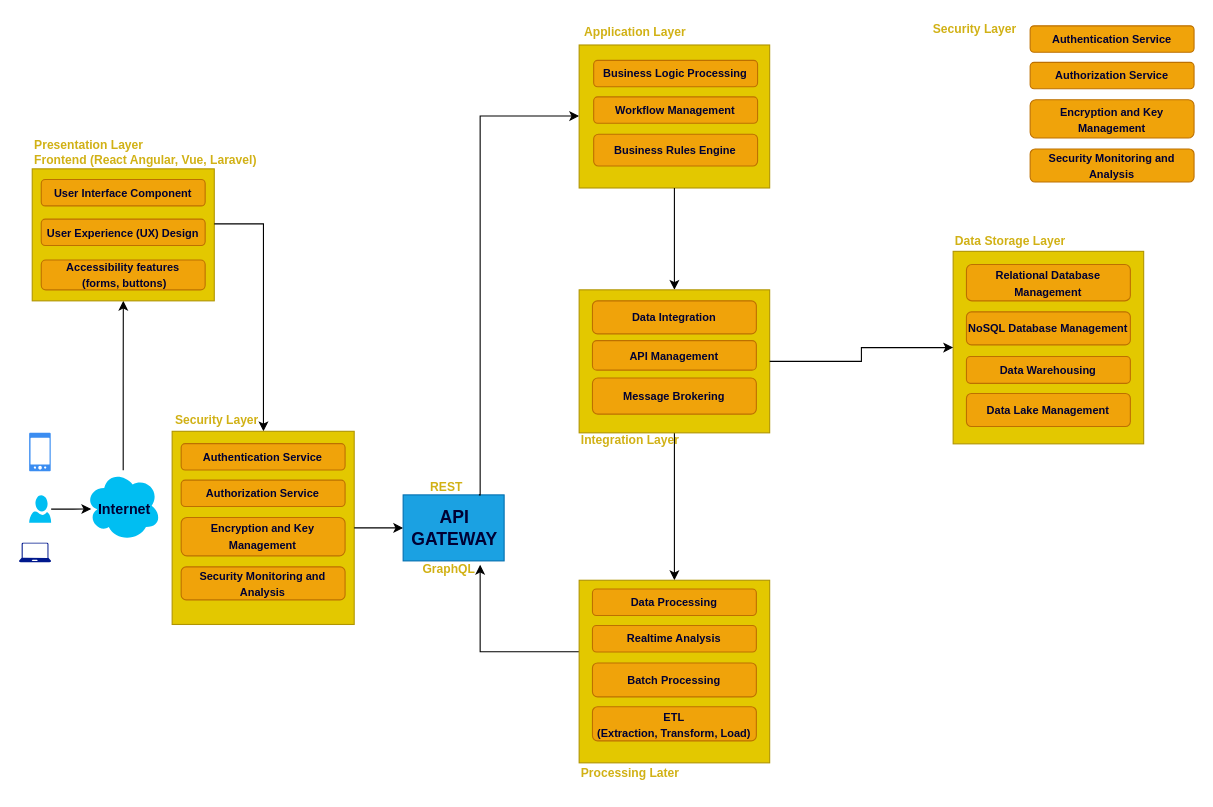
Above: IMS.drawio in dabiko/draw-io (draw.io), before the change. Source tidied: cells renumbered, new cells numbered last; positions are measured from the earlier drawing's top-left corner, leaving out a move shared by most shapes. Both pictures are drawn from the tidied source at 110%, with x=0, y=0 at pixel (19, 19).
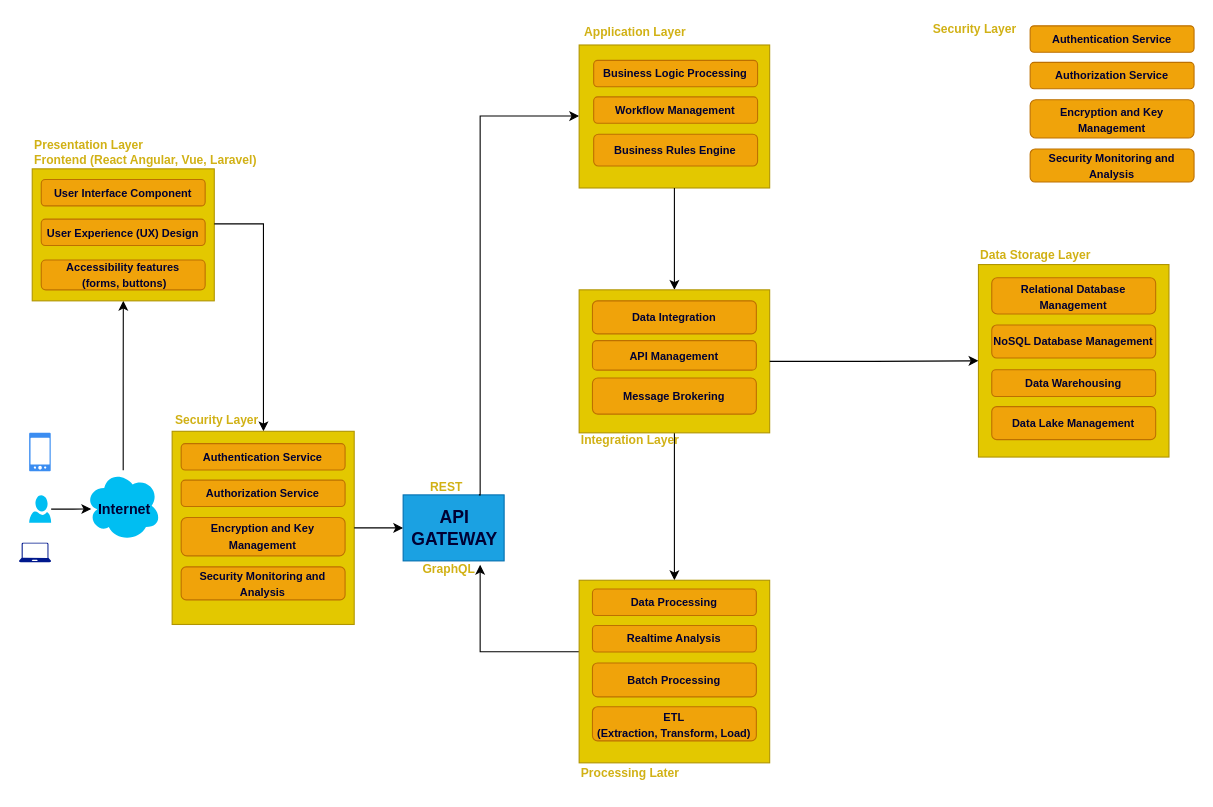
Above is the later version.

Unchanged cells that the change refers to:
```xml
<mxCell id="46" style="whiteSpace=wrap;html=1;fillColor=#e3c800;fontColor=#000000;strokeColor=#B09500;" parent="45" vertex="1">
  <mxGeometry width="173.2" height="130" as="geometry" />
</mxCell>
```

Change to the diagram source:
```diff
@@
-    <mxCell id="27" value="&lt;span style=&quot;color: rgb(209, 177, 21); font-weight: 700; text-wrap: nowrap; font-size: 11px;&quot;&gt;&lt;font style=&quot;font-size: 11px;&quot;&gt;Data Storage Layer&lt;/font&gt;&lt;/span&gt;&lt;div style=&quot;color: rgb(209, 177, 21); font-weight: 700; text-wrap: nowrap; font-size: 11px;&quot;&gt;&lt;br&gt;&lt;/div&gt;" style="text;html=1;align=left;verticalAlign=middle;whiteSpace=wrap;rounded=0;" parent="1" vertex="1">
-      <mxGeometry x="849" y="193" width="120" height="30" as="geometry" />
-    </mxCell>
@@
+    <mxCell id="59" style="edgeStyle=orthogonalEdgeStyle;rounded=0;jettySize=auto;html=1;" parent="1" edge="1" source="46" target="58">
+      <mxGeometry relative="1" as="geometry" />
+    </mxCell>
+    <mxCell id="64" value="&lt;span style=&quot;color: rgb(209, 177, 21); font-weight: 700; text-wrap: nowrap; font-size: 11px;&quot;&gt;&lt;font style=&quot;font-size: 11px;&quot;&gt;Security Layer&lt;/font&gt;&lt;/span&gt;&lt;div style=&quot;color: rgb(209, 177, 21); font-weight: 700; text-wrap: nowrap; font-size: 11px;&quot;&gt;&lt;br&gt;&lt;/div&gt;" style="text;html=1;align=left;verticalAlign=middle;whiteSpace=wrap;rounded=0;" parent="1" vertex="1">
+      <mxGeometry x="829" width="90" height="30" as="geometry" />
+    </mxCell>
+    <mxCell id="65" style="group;" parent="1" vertex="1">
+      <mxGeometry x="872" y="205" width="173.2" height="193" as="geometry" />
+    </mxCell>
+    <mxCell id="27" value="&lt;span style=&quot;color: rgb(209, 177, 21); font-weight: 700; text-wrap: nowrap; font-size: 11px;&quot;&gt;&lt;font style=&quot;font-size: 11px;&quot;&gt;Data Storage Layer&lt;/font&gt;&lt;/span&gt;&lt;div style=&quot;color: rgb(209, 177, 21); font-weight: 700; text-wrap: nowrap; font-size: 11px;&quot;&gt;&lt;br&gt;&lt;/div&gt;" style="text;html=1;align=left;verticalAlign=middle;whiteSpace=wrap;rounded=0;" parent="65" vertex="1">
+      <mxGeometry width="120" height="30" as="geometry" />
+    </mxCell>
-    <mxCell id="58" style="whiteSpace=wrap;html=1;fillColor=#e3c800;fontColor=#000000;strokeColor=#B09500;" parent="1" vertex="1">
-      <mxGeometry x="849" y="211" width="173.2" height="175" as="geometry" />
+    <mxCell id="58" style="whiteSpace=wrap;html=1;fillColor=#e3c800;fontColor=#000000;strokeColor=#B09500;" parent="65" vertex="1">
+      <mxGeometry y="18" width="173.2" height="175" as="geometry" />
     </mxCell>
-    <mxCell id="59" style="edgeStyle=orthogonalEdgeStyle;rounded=0;jettySize=auto;html=1;" parent="1" edge="1" source="46" target="58">
-      <mxGeometry relative="1" as="geometry" />
-    </mxCell>
-    <mxCell id="60" value="&lt;font size=&quot;1&quot; color=&quot;#000033&quot;&gt;&lt;b style=&quot;&quot;&gt;Relational Database Management&lt;/b&gt;&lt;/font&gt;" style="rounded=1;whiteSpace=wrap;html=1;fillColor=#f0a30a;fontColor=#000000;strokeColor=#BD7000;" parent="1" vertex="1">
-      <mxGeometry x="861.1" y="223" width="149" height="33" as="geometry" />
+    <mxCell id="60" value="&lt;font size=&quot;1&quot; color=&quot;#000033&quot;&gt;&lt;b style=&quot;&quot;&gt;Relational Database Management&lt;/b&gt;&lt;/font&gt;" style="rounded=1;whiteSpace=wrap;html=1;fillColor=#f0a30a;fontColor=#000000;strokeColor=#BD7000;" parent="65" vertex="1">
+      <mxGeometry x="12.1" y="30" width="149" height="33" as="geometry" />
     </mxCell>
-    <mxCell id="61" value="&lt;b style=&quot;color: rgb(0, 0, 51); font-size: x-small;&quot;&gt;NoSQL Database Management&lt;/b&gt;" style="rounded=1;whiteSpace=wrap;html=1;fillColor=#f0a30a;fontColor=#000000;strokeColor=#BD7000;" parent="1" vertex="1">
-      <mxGeometry x="861.1" y="266" width="149" height="30" as="geometry" />
+    <mxCell id="61" value="&lt;b style=&quot;color: rgb(0, 0, 51); font-size: x-small;&quot;&gt;NoSQL Database Management&lt;/b&gt;" style="rounded=1;whiteSpace=wrap;html=1;fillColor=#f0a30a;fontColor=#000000;strokeColor=#BD7000;" parent="65" vertex="1">
+      <mxGeometry x="12.1" y="73" width="149" height="30" as="geometry" />
     </mxCell>
-    <mxCell id="62" value="&lt;b style=&quot;color: rgb(0, 0, 51);&quot;&gt;&lt;font style=&quot;font-size: 10px;&quot;&gt;Data Warehousing&lt;/font&gt;&lt;/b&gt;" style="rounded=1;whiteSpace=wrap;html=1;fillColor=#f0a30a;fontColor=#000000;strokeColor=#BD7000;" parent="1" vertex="1">
-      <mxGeometry x="861.1" y="306.6" width="149" height="24.4" as="geometry" />
+    <mxCell id="62" value="&lt;b style=&quot;color: rgb(0, 0, 51);&quot;&gt;&lt;font style=&quot;font-size: 10px;&quot;&gt;Data Warehousing&lt;/font&gt;&lt;/b&gt;" style="rounded=1;whiteSpace=wrap;html=1;fillColor=#f0a30a;fontColor=#000000;strokeColor=#BD7000;" parent="65" vertex="1">
+      <mxGeometry x="12.1" y="113.6" width="149" height="24.4" as="geometry" />
     </mxCell>
-    <mxCell id="63" value="&lt;font color=&quot;#000033&quot;&gt;&lt;span style=&quot;font-size: 10px;&quot;&gt;&lt;b&gt;Data Lake Management&lt;/b&gt;&lt;/span&gt;&lt;/font&gt;" style="rounded=1;whiteSpace=wrap;html=1;fillColor=#f0a30a;fontColor=#000000;strokeColor=#BD7000;" parent="1" vertex="1">
-      <mxGeometry x="861.1" y="340.2" width="149" height="30" as="geometry" />
+    <mxCell id="63" value="&lt;font color=&quot;#000033&quot;&gt;&lt;span style=&quot;font-size: 10px;&quot;&gt;&lt;b&gt;Data Lake Management&lt;/b&gt;&lt;/span&gt;&lt;/font&gt;" style="rounded=1;whiteSpace=wrap;html=1;fillColor=#f0a30a;fontColor=#000000;strokeColor=#BD7000;" parent="65" vertex="1">
+      <mxGeometry x="12.1" y="147.2" width="149" height="30" as="geometry" />
     </mxCell>
-    <mxCell id="64" value="&lt;span style=&quot;color: rgb(209, 177, 21); font-weight: 700; text-wrap: nowrap; font-size: 11px;&quot;&gt;&lt;font style=&quot;font-size: 11px;&quot;&gt;Security Layer&lt;/font&gt;&lt;/span&gt;&lt;div style=&quot;color: rgb(209, 177, 21); font-weight: 700; text-wrap: nowrap; font-size: 11px;&quot;&gt;&lt;br&gt;&lt;/div&gt;" style="text;html=1;align=left;verticalAlign=middle;whiteSpace=wrap;rounded=0;" parent="1" vertex="1">
-      <mxGeometry x="829" width="90" height="30" as="geometry" />
-    </mxCell>
```
